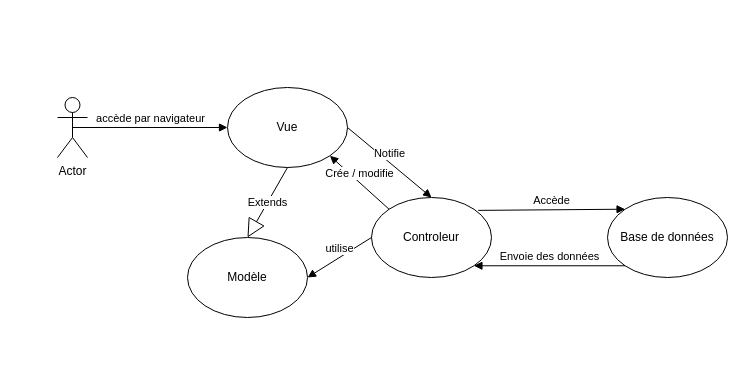
Earlier version of the draw.io diagram VisuData.drawio (albotw/CovidTracker_modelisation). Source tidied: cells renumbered, new cells numbered last; positions are measured from the earlier drawing's top-left corner, leaving out a move shared by most shapes. Both pictures are drawn from the tidied source at 100%, with x=0, y=0 at pixel (57, 87).
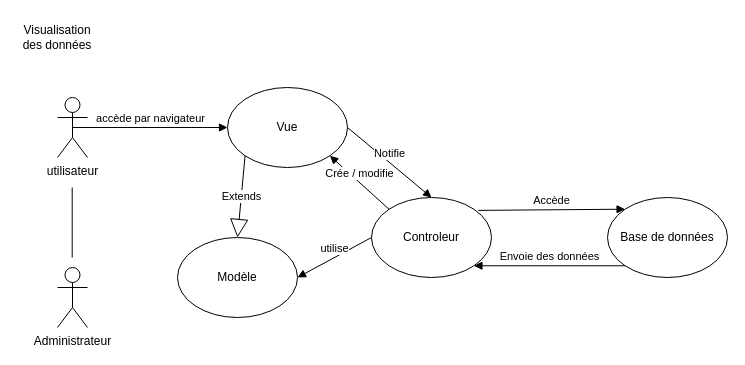
The same page after the edit.

Commit message (it also covers changes not shown here):
ajout de l'admin

Diff of the diagram source:
```diff
@@
 <mxGraphModel>
   <root>
     <mxCell id="0" />
     <mxCell id="1" parent="0" />
-    <mxCell id="2" value="Actor" style="shape=umlActor;verticalLabelPosition=bottom;verticalAlign=top;html=1;outlineConnect=0;" parent="1" vertex="1">
+    <mxCell id="2" value="utilisateur" style="shape=umlActor;verticalLabelPosition=bottom;verticalAlign=top;html=1;outlineConnect=0;" parent="1" vertex="1">
       <mxGeometry y="10" width="30" height="60" as="geometry" />
     </mxCell>
     <mxCell id="3" value="Vue" style="ellipse;whiteSpace=wrap;html=1;" parent="1" vertex="1">
       <mxGeometry x="170" width="120" height="80" as="geometry" />
     </mxCell>
     <mxCell id="4" value="Modèle" style="ellipse;whiteSpace=wrap;html=1;" parent="1" vertex="1">
-      <mxGeometry x="130" y="150" width="120" height="80" as="geometry" />
+      <mxGeometry x="120" y="150" width="120" height="80" as="geometry" />
     </mxCell>
     <mxCell id="5" value="Controleur" style="ellipse;whiteSpace=wrap;html=1;" parent="1" vertex="1">
       <mxGeometry x="314" y="110" width="120" height="80" as="geometry" />
     </mxCell>
     <mxCell id="6" value="Base de données" style="ellipse;whiteSpace=wrap;html=1;" parent="1" vertex="1">
       <mxGeometry x="550" y="110" width="120" height="80" as="geometry" />
     </mxCell>
     <mxCell id="7" value="accède par navigateur" style="html=1;verticalAlign=bottom;endArrow=block;exitX=0.5;exitY=0.5;exitDx=0;exitDy=0;exitPerimeter=0;" parent="1" edge="1" source="2" target="3">
       <mxGeometry relative="1" as="geometry" />
     </mxCell>
     <mxCell id="8" value="utilise" style="html=1;verticalAlign=bottom;endArrow=block;exitX=0;exitY=0.5;exitDx=0;exitDy=0;entryX=1;entryY=0.5;entryDx=0;entryDy=0;" parent="1" edge="1" source="5" target="4">
       <mxGeometry relative="1" as="geometry" />
     </mxCell>
     <mxCell id="9" value="Crée / modifie" style="html=1;verticalAlign=bottom;endArrow=block;exitX=0;exitY=0;exitDx=0;exitDy=0;entryX=1;entryY=1;entryDx=0;entryDy=0;" parent="1" edge="1" source="5" target="3">
       <mxGeometry relative="1" as="geometry" />
     </mxCell>
     <mxCell id="10" value="Notifie" style="html=1;verticalAlign=bottom;endArrow=block;exitX=1;exitY=0.5;exitDx=0;exitDy=0;entryX=0.5;entryY=0;entryDx=0;entryDy=0;" parent="1" edge="1" source="3" target="5">
       <mxGeometry relative="1" as="geometry" />
     </mxCell>
-    <mxCell id="11" value="Extends" style="endArrow=block;endSize=16;endFill=0;html=1;entryX=0.5;entryY=0;entryDx=0;entryDy=0;exitX=0.5;exitY=1;exitDx=0;exitDy=0;" parent="1" edge="1" source="3" target="4">
+    <mxCell id="11" value="Extends" style="endArrow=block;endSize=16;endFill=0;html=1;entryX=0.5;entryY=0;entryDx=0;entryDy=0;exitX=0;exitY=1;exitDx=0;exitDy=0;" parent="1" edge="1" source="3" target="4">
       <mxGeometry relative="1" as="geometry" />
     </mxCell>
     <mxCell id="12" value="Accède" style="html=1;verticalAlign=bottom;endArrow=block;exitX=0.889;exitY=0.161;exitDx=0;exitDy=0;exitPerimeter=0;entryX=0;entryY=0;entryDx=0;entryDy=0;" parent="1" edge="1" source="5" target="6">
       <mxGeometry relative="1" as="geometry" />
     </mxCell>
     <mxCell id="13" value="Envoie des données" style="html=1;verticalAlign=bottom;endArrow=block;exitX=0;exitY=1;exitDx=0;exitDy=0;entryX=1;entryY=1;entryDx=0;entryDy=0;" parent="1" edge="1" source="6" target="5">
       <mxGeometry relative="1" as="geometry" />
     </mxCell>
+    <mxCell id="14" value="Administrateur" style="shape=umlActor;verticalLabelPosition=bottom;verticalAlign=top;html=1;" parent="1" vertex="1">
+      <mxGeometry y="180" width="30" height="60" as="geometry" />
+    </mxCell>
+    <mxCell id="15" style="endArrow=none;html=1;" parent="1" edge="1">
+      <mxGeometry relative="1" as="geometry">
+        <mxPoint x="14.7" y="170" as="sourcePoint" />
+        <mxPoint x="14.7" y="100" as="targetPoint" />
+      </mxGeometry>
+    </mxCell>
+    <mxCell id="16" value="Visualisation des données" style="text;html=1;strokeColor=none;fillColor=none;align=center;verticalAlign=middle;whiteSpace=wrap;rounded=0;" parent="1" vertex="1">
+      <mxGeometry x="-40" y="-70" width="80" height="40" as="geometry" />
+    </mxCell>
   </root>
 </mxGraphModel>
```
